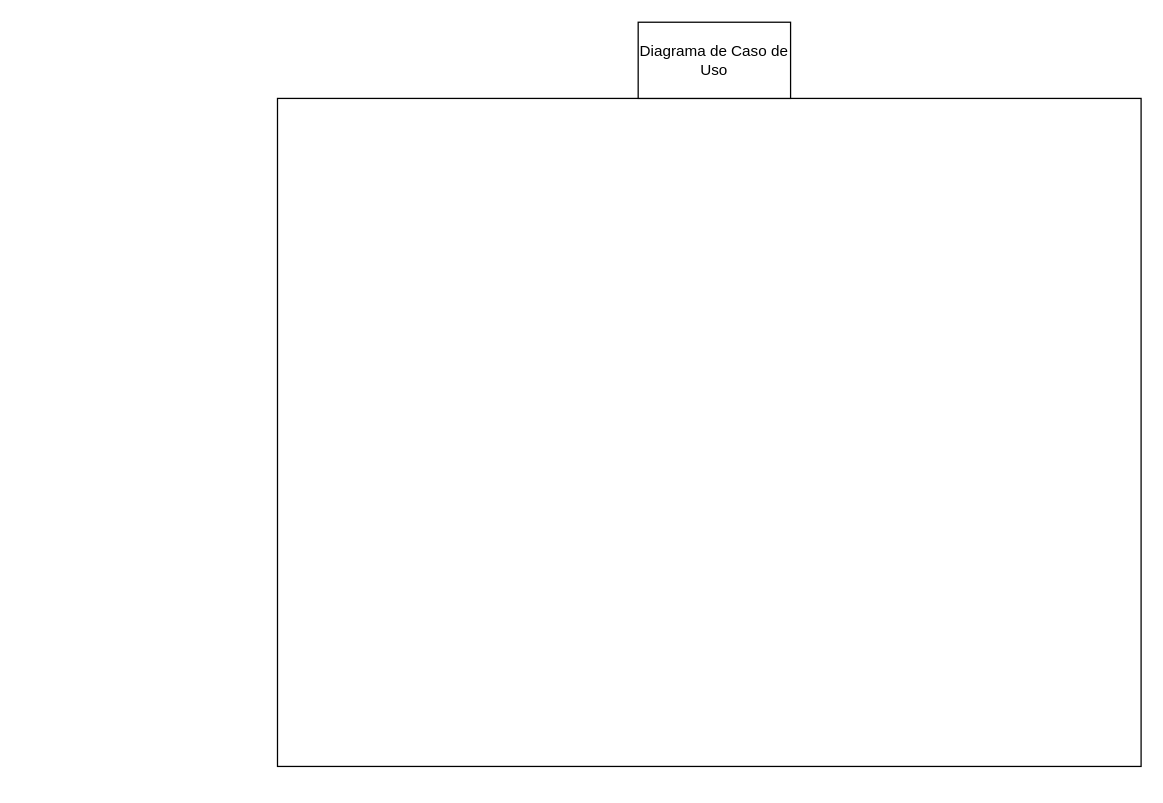
Earlier version of the draw.io diagram Biblioteca.drawio (SamuelHerreraPerez/Laboratorio-Empresarial). Source tidied: cells renumbered, new cells numbered last; positions are measured from the earlier drawing's top-left corner, leaving out a move shared by most shapes. Both pictures are drawn from the tidied source at 127%, with x=0, y=0 at pixel (277, 22).
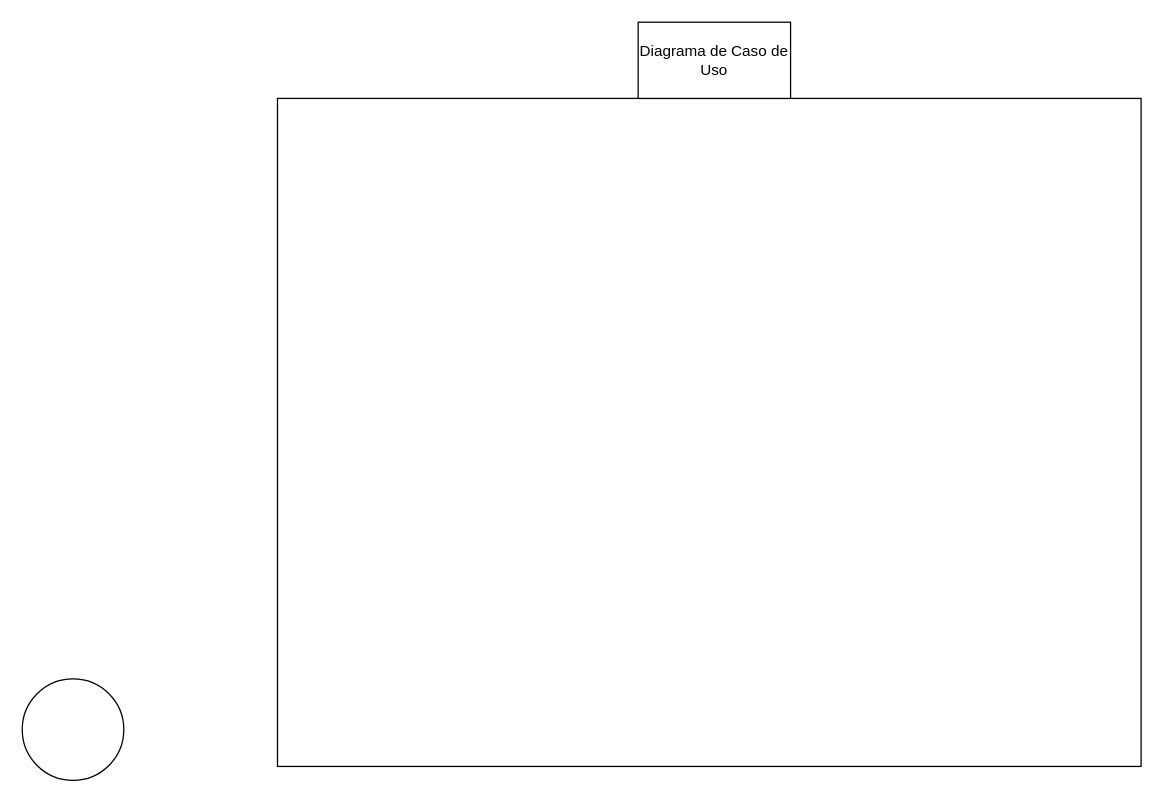
Above is the later version.

Change to the diagram source:
```diff
@@
 <mxGraphModel>
   <root>
     <mxCell id="0" />
     <mxCell id="1" parent="0" />
     <mxCell id="2" style="whiteSpace=wrap;html=1;" parent="1" vertex="1">
       <mxGeometry y="60" width="680" height="526" as="geometry" />
     </mxCell>
     <mxCell id="3" value="Diagrama de Caso de Uso" style="whiteSpace=wrap;html=1;" parent="1" vertex="1">
       <mxGeometry x="284" width="120" height="60" as="geometry" />
     </mxCell>
+    <mxCell id="4" style="ellipse;whiteSpace=wrap;html=1;" parent="1" vertex="1">
+      <mxGeometry x="-201" y="517" width="80" height="80" as="geometry" />
+    </mxCell>
   </root>
 </mxGraphModel>
```
